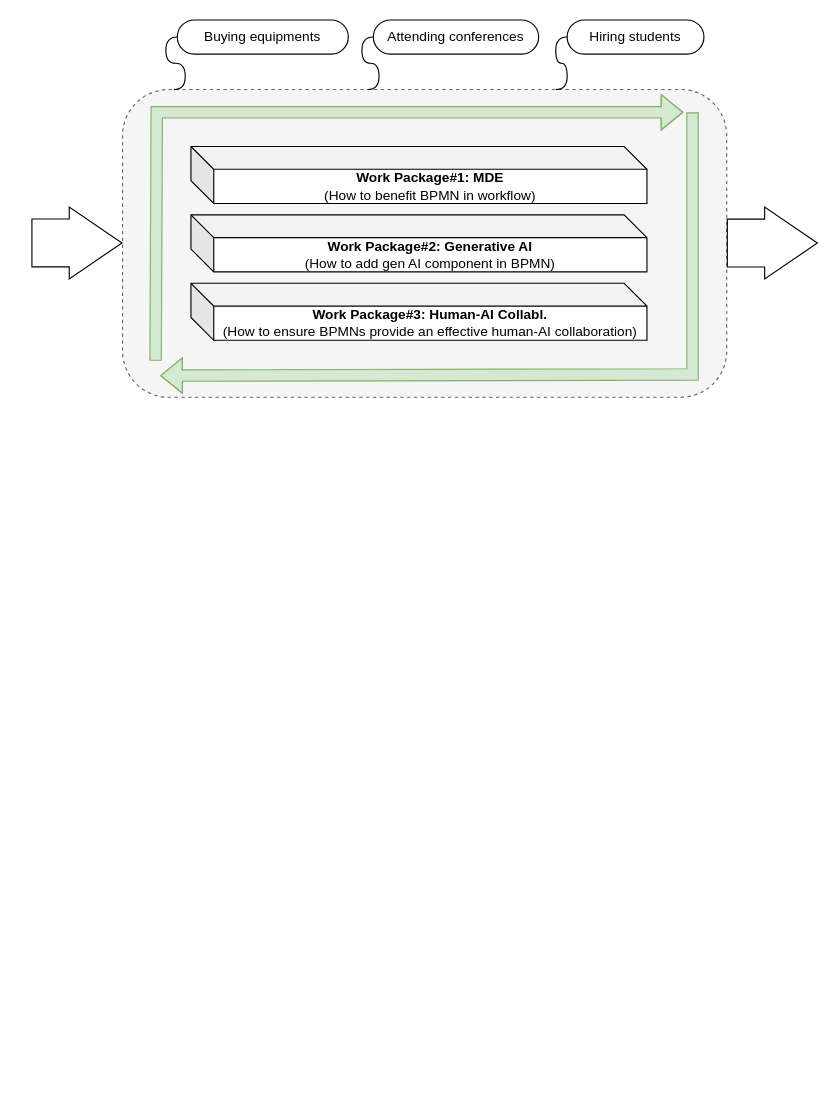
The draw.io diagram page "HowToGrow" (12 of 12) of WinWorkFlow.drawio in MajidGitHubRepos/AllDiagrams, before the edit. Source tidied: cells renumbered, new cells numbered last; positions are measured from the earlier drawing's top-left corner, leaving out a move shared by most shapes. Both pictures are drawn from the tidied source at 114%, with x=0, y=0 at pixel (31, 19).
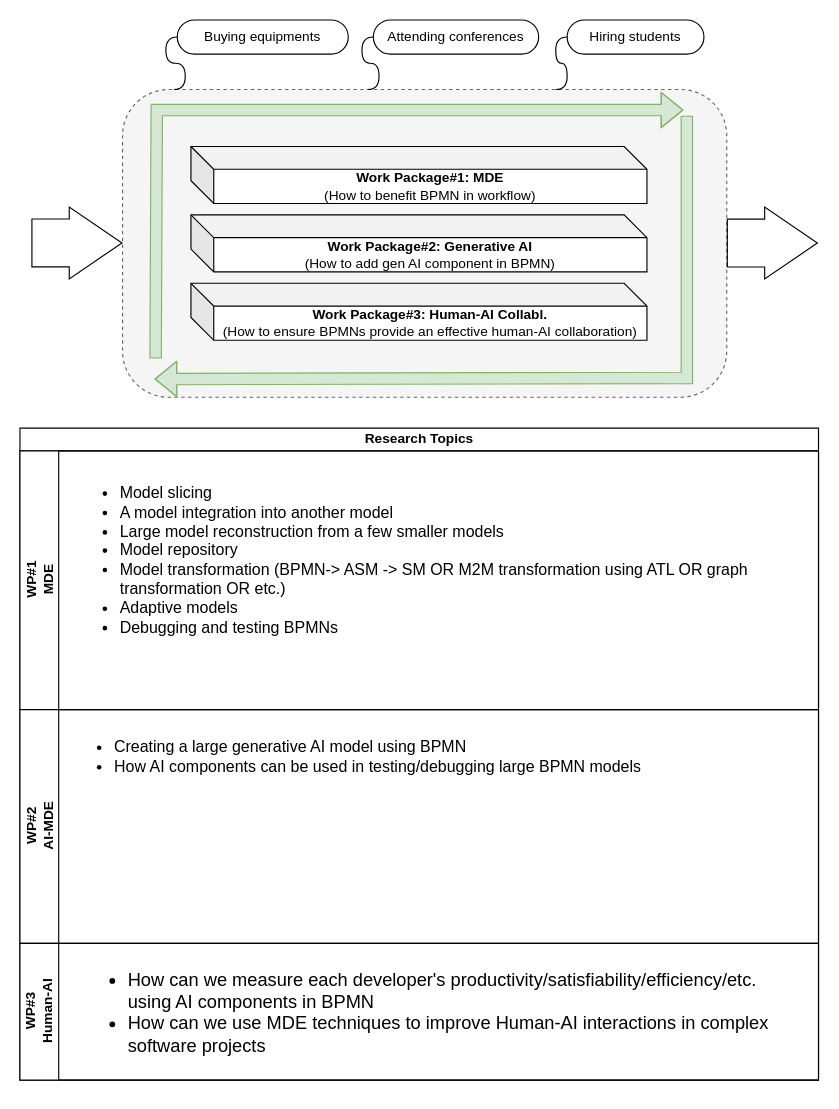
The same diagram, later.

Change to the diagram source:
```diff
@@
     <mxCell id="8" style="shape=flexArrow;endArrow=classic;html=1;rounded=0;fillColor=#d5e8d4;strokeColor=#82b366;" parent="1" edge="1">
       <mxGeometry relative="1" as="geometry">
-        <mxPoint x="109" y="299" as="sourcePoint" />
-        <mxPoint x="572" y="81" as="targetPoint" />
+        <mxPoint x="109" y="297" as="sourcePoint" />
+        <mxPoint x="572" y="79" as="targetPoint" />
         <Array as="points">
-          <mxPoint x="110" y="81" />
+          <mxPoint x="110" y="79" />
         </Array>
       </mxGeometry>
     </mxCell>
     <mxCell id="9" style="shape=flexArrow;endArrow=classic;html=1;rounded=0;fillColor=#d5e8d4;strokeColor=#82b366;" parent="1" edge="1">
       <mxGeometry relative="1" as="geometry">
-        <mxPoint x="580" y="81" as="sourcePoint" />
-        <mxPoint x="113" y="312" as="targetPoint" />
+        <mxPoint x="575" y="84" as="sourcePoint" />
+        <mxPoint x="108" y="315" as="targetPoint" />
         <Array as="points">
-          <mxPoint x="580" y="311" />
+          <mxPoint x="575" y="314" />
         </Array>
       </mxGeometry>
     </mxCell>
@@
+    <mxCell id="16" value="Research Topics" style="swimlane;horizontal=1;startSize=20;html=1;" parent="1" vertex="1">
+      <mxGeometry x="-10" y="358" width="700.5" height="572" as="geometry" />
+    </mxCell>
+    <mxCell id="17" value="WP#1&lt;br&gt;MDE" style="swimlane;startSize=34;horizontal=0;html=1;" parent="16" vertex="1">
+      <mxGeometry y="20" width="700.5" height="227" as="geometry" />
+    </mxCell>
+    <mxCell id="18" value="&lt;ul style=&quot;font-size: 14px;&quot;&gt;&lt;li&gt;&lt;span style=&quot;background-color: initial;&quot;&gt;Model slicing&lt;/span&gt;&lt;/li&gt;&lt;li&gt;&lt;span style=&quot;font-family: Calibri; background-color: initial;&quot;&gt;A model integration into another model&lt;/span&gt;&lt;/li&gt;&lt;li&gt;&lt;span style=&quot;font-family: Calibri; background-color: initial;&quot;&gt;Large model reconstruction from a few smaller models&lt;/span&gt;&lt;/li&gt;&lt;li&gt;&lt;span style=&quot;font-family: Calibri; background-color: initial;&quot;&gt;Model repository&lt;/span&gt;&lt;/li&gt;&lt;li&gt;&lt;span style=&quot;font-family: Calibri; background-color: initial;&quot;&gt;Model transformation (BPMN-&amp;gt; ASM -&amp;gt; SM OR M2M transformation using ATL OR graph transformation OR etc.)&lt;/span&gt;&lt;/li&gt;&lt;li&gt;&lt;span style=&quot;font-family: Calibri; background-color: initial;&quot;&gt;Adaptive models&lt;/span&gt;&lt;/li&gt;&lt;li&gt;&lt;span style=&quot;font-family: Calibri; background-color: initial;&quot;&gt;Debugging and testing BPMNs&lt;/span&gt;&lt;/li&gt;&lt;/ul&gt;&lt;ul style=&quot;direction: ltr; unicode-bidi: embed; margin-top: 0in; margin-bottom: 0in; font-size: 18px;&quot; type=&quot;disc&quot;&gt;&lt;br&gt;&lt;/ul&gt;" style="text;strokeColor=none;fillColor=none;align=left;verticalAlign=top;spacingLeft=4;spacingRight=4;overflow=hidden;whiteSpace=wrap;html=1;" parent="17" vertex="1">
+      <mxGeometry x="42" y="8" width="650" height="219" as="geometry" />
+    </mxCell>
+    <mxCell id="19" value="WP#2&lt;br&gt;AI-MDE" style="swimlane;startSize=34;horizontal=0;html=1;" parent="16" vertex="1">
+      <mxGeometry y="247" width="700.5" height="205" as="geometry" />
+    </mxCell>
+    <mxCell id="20" value="&lt;ul style=&quot;font-size: 14px;&quot;&gt;&lt;li&gt;&lt;span style=&quot;background-color: initial;&quot;&gt;Creating a large generative AI model using BPMN&lt;/span&gt;&lt;br&gt;&lt;/li&gt;&lt;li&gt;&lt;span style=&quot;font-family: Calibri; background-color: initial;&quot;&gt;How AI components can be used in testing/debugging large BPMN models&lt;/span&gt;&lt;/li&gt;&lt;/ul&gt;" style="text;strokeColor=none;fillColor=none;align=left;verticalAlign=top;spacingLeft=4;spacingRight=4;overflow=hidden;whiteSpace=wrap;html=1;" parent="19" vertex="1">
+      <mxGeometry x="37" y="4" width="636" height="125" as="geometry" />
+    </mxCell>
+    <mxCell id="21" value="WP#3&lt;br&gt;Human-AI" style="swimlane;startSize=34;horizontal=0;html=1;" parent="16" vertex="1">
+      <mxGeometry y="452" width="700.5" height="120" as="geometry" />
+    </mxCell>
+    <mxCell id="22" value="&lt;ul style=&quot;font-size: 16px;&quot;&gt;&lt;li&gt;&lt;span style=&quot;background-color: initial;&quot;&gt;How can we measure each developer's productivity/satisfiability/efficiency/etc. using AI components in BPMN&lt;/span&gt;&lt;/li&gt;&lt;li&gt;&lt;span style=&quot;background-color: initial; font-family: Calibri;&quot;&gt;How can we use MDE techniques to improve Human-AI interactions in complex software projects&lt;/span&gt;&lt;/li&gt;&lt;/ul&gt;" style="text;strokeColor=none;fillColor=none;align=left;verticalAlign=top;spacingLeft=4;spacingRight=4;overflow=hidden;whiteSpace=wrap;html=1;" parent="1" vertex="1">
+      <mxGeometry x="39" y="810" width="636" height="125" as="geometry" />
+    </mxCell>
```
